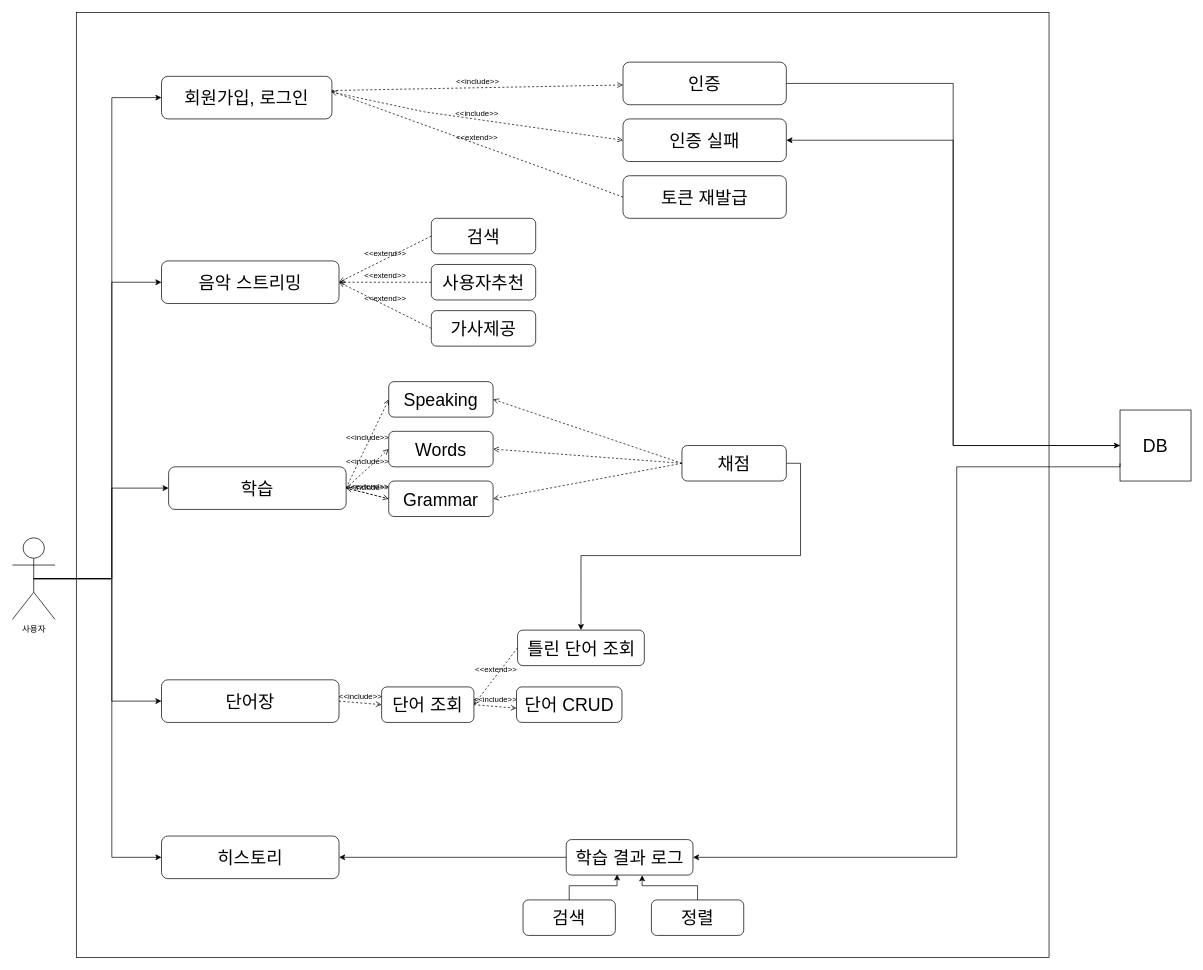
Before: docs/MelLearn UML.drawio in lushlife99/MelLearn, a draw.io diagram. Source tidied: cells renumbered, new cells numbered last; positions are measured from the earlier drawing's top-left corner, leaving out a move shared by most shapes. Both pictures are drawn from the tidied source at 71%, with x=0, y=0 at pixel (12, 12).
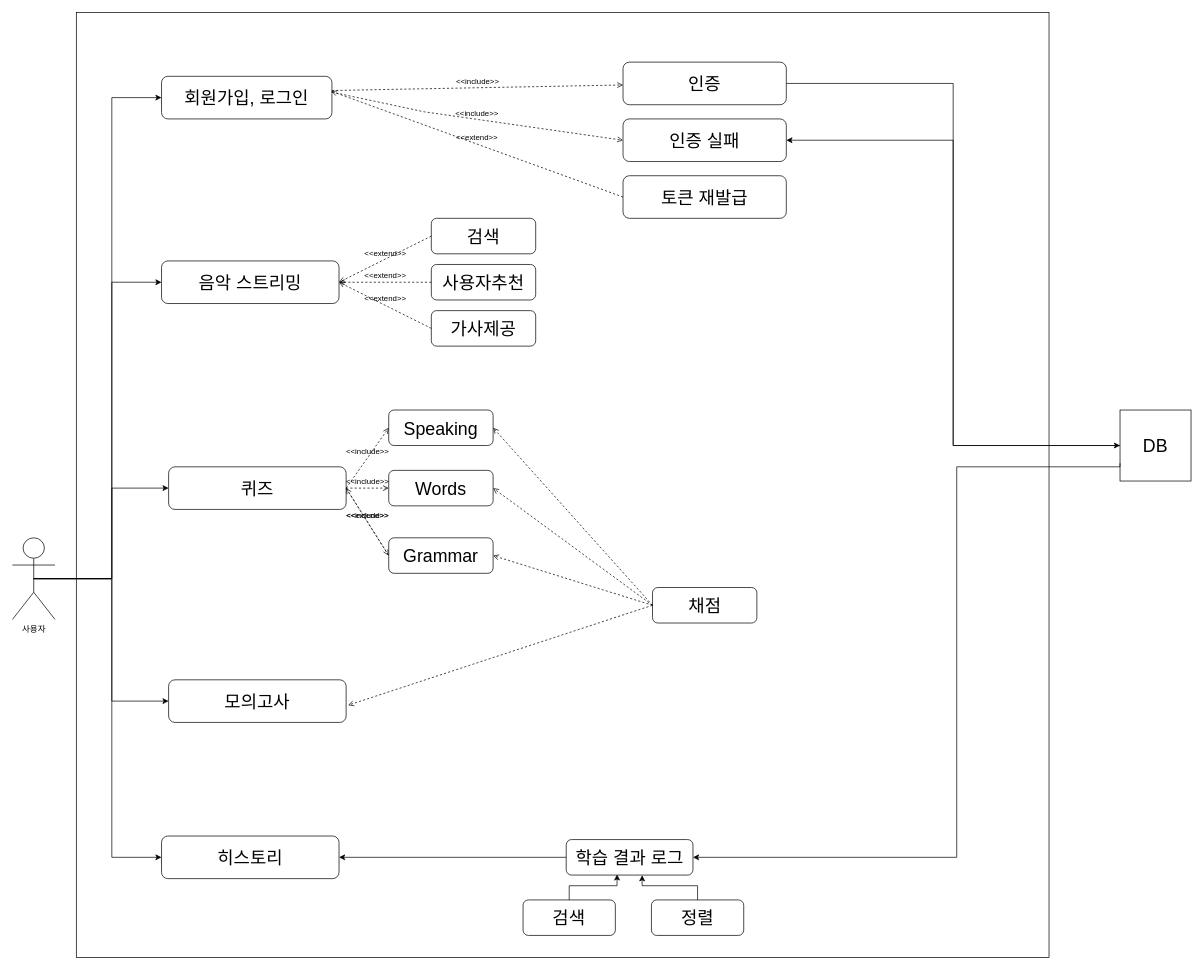
The same diagram, later.

Unchanged cells that the change refers to:
```xml
<mxCell id="7" value="사용자" style="shape=umlActor;verticalLabelPosition=bottom;verticalAlign=top;html=1;" parent="1" vertex="1">
  <mxGeometry y="740" width="60" height="115" as="geometry" />
</mxCell>
```

Diff of the diagram source:
```diff
@@
-    <mxCell id="4" style="edgeStyle=orthogonalEdgeStyle;rounded=0;jettySize=auto;html=1;exitX=0.5;exitY=0.5;exitDx=0;exitDy=0;exitPerimeter=0;entryX=0;entryY=0.5;entryDx=0;entryDy=0;" parent="1" edge="1" source="7" target="10">
+    <mxCell id="4" style="edgeStyle=orthogonalEdgeStyle;rounded=0;jettySize=auto;html=1;exitX=0.5;exitY=0.5;exitDx=0;exitDy=0;exitPerimeter=0;entryX=0;entryY=0.5;entryDx=0;entryDy=0;" parent="1" edge="1" source="7" target="54">
       <mxGeometry relative="1" as="geometry">
         <Array as="points">
           <mxPoint x="140" y="798" />
           <mxPoint x="140" y="970" />
         </Array>
       </mxGeometry>
     </mxCell>
@@
-    <mxCell id="10" value="&lt;font style=&quot;font-size: 25px;&quot;&gt;단어장&lt;/font&gt;" style="rounded=1;whiteSpace=wrap;html=1;" parent="1" vertex="1">
-      <mxGeometry x="210" y="940" width="250" height="60" as="geometry" />
-    </mxCell>
-    <mxCell id="11" value="&lt;span style=&quot;font-size: 25px;&quot;&gt;학습&lt;/span&gt;" style="rounded=1;whiteSpace=wrap;html=1;" parent="1" vertex="1">
+    <mxCell id="11" value="&lt;span style=&quot;font-size: 25px;&quot;&gt;퀴즈&lt;/span&gt;" style="rounded=1;whiteSpace=wrap;html=1;" parent="1" vertex="1">
       <mxGeometry x="220" y="640" width="250" height="60" as="geometry" />
     </mxCell>
@@
     <mxCell id="29" value="&lt;span style=&quot;font-size: 25px;&quot;&gt;Speaking&lt;/span&gt;" style="rounded=1;whiteSpace=wrap;html=1;" parent="1" vertex="1">
-      <mxGeometry x="530" y="520" width="147" height="50" as="geometry" />
+      <mxGeometry x="530" y="560" width="147" height="50" as="geometry" />
     </mxCell>
     <mxCell id="30" value="&lt;font style=&quot;font-size: 25px;&quot;&gt;Words&lt;/font&gt;" style="rounded=1;whiteSpace=wrap;html=1;" parent="1" vertex="1">
-      <mxGeometry x="530" y="590" width="147" height="50" as="geometry" />
+      <mxGeometry x="530" y="645" width="147" height="50" as="geometry" />
     </mxCell>
@@
-    <mxCell id="34" style="edgeStyle=orthogonalEdgeStyle;rounded=0;jettySize=auto;html=1;exitX=1;exitY=0.5;exitDx=0;exitDy=0;entryX=0.5;entryY=0;entryDx=0;entryDy=0;" parent="1" edge="1" source="35" target="38">
-      <mxGeometry relative="1" as="geometry" />
-    </mxCell>
     <mxCell id="35" value="&lt;span style=&quot;font-size: 25px;&quot;&gt;채점&lt;/span&gt;" style="rounded=1;whiteSpace=wrap;html=1;" parent="1" vertex="1">
-      <mxGeometry x="943" y="610" width="147" height="50" as="geometry" />
+      <mxGeometry x="901.5" y="810" width="147" height="50" as="geometry" />
     </mxCell>
@@
-    <mxCell id="37" value="&lt;span style=&quot;font-size: 25px;&quot;&gt;단어 조회&lt;/span&gt;" style="rounded=1;whiteSpace=wrap;html=1;" parent="1" vertex="1">
-      <mxGeometry x="520" y="950" width="130" height="50" as="geometry" />
-    </mxCell>
-    <mxCell id="38" value="&lt;span style=&quot;font-size: 25px;&quot;&gt;틀린 단어 조회&lt;/span&gt;" style="rounded=1;whiteSpace=wrap;html=1;" parent="1" vertex="1">
-      <mxGeometry x="711.5" y="870" width="178.5" height="50" as="geometry" />
-    </mxCell>
-    <mxCell id="39" value="&amp;lt;&amp;lt;include&amp;gt;&amp;gt;" style="html=1;verticalAlign=bottom;labelBackgroundColor=none;endArrow=open;endFill=0;dashed=1;rounded=0;exitX=1;exitY=0.5;exitDx=0;exitDy=0;entryX=0;entryY=0.5;entryDx=0;entryDy=0;" parent="1" edge="1" source="10" target="37">
-      <mxGeometry relative="1" as="geometry" />
-    </mxCell>
-    <mxCell id="40" value="&amp;lt;&amp;lt;include&amp;gt;&amp;gt;" style="html=1;verticalAlign=bottom;labelBackgroundColor=none;endArrow=open;endFill=0;dashed=1;rounded=0;exitX=1;exitY=0.5;exitDx=0;exitDy=0;" parent="1" edge="1" source="37">
-      <mxGeometry relative="1" as="geometry">
-        <mxPoint x="710" y="980" as="targetPoint" />
-      </mxGeometry>
-    </mxCell>
@@
     <mxCell id="42" value="&lt;span style=&quot;font-size: 25px;&quot;&gt;Grammar&lt;/span&gt;" style="rounded=1;whiteSpace=wrap;html=1;" parent="1" vertex="1">
-      <mxGeometry x="530" y="660" width="147" height="50" as="geometry" />
+      <mxGeometry x="530" y="740" width="147" height="50" as="geometry" />
     </mxCell>
@@
-    <mxCell id="45" value="&lt;span style=&quot;font-size: 25px;&quot;&gt;단어 CRUD&lt;/span&gt;" style="rounded=1;whiteSpace=wrap;html=1;" parent="1" vertex="1">
-      <mxGeometry x="710" y="950" width="148.5" height="50" as="geometry" />
-    </mxCell>
-    <mxCell id="46" value="&amp;lt;&amp;lt;extend&amp;gt;&amp;gt;" style="html=1;verticalAlign=bottom;labelBackgroundColor=none;endArrow=open;endFill=0;dashed=1;rounded=0;entryX=1;entryY=0.5;entryDx=0;entryDy=0;exitX=0;exitY=0.5;exitDx=0;exitDy=0;" parent="1" edge="1" source="38" target="37">
-      <mxGeometry relative="1" as="geometry" />
-    </mxCell>
@@
+    <mxCell id="54" value="&lt;span style=&quot;font-size: 25px;&quot;&gt;모의고사&lt;/span&gt;" style="rounded=1;whiteSpace=wrap;html=1;" parent="1" vertex="1">
+      <mxGeometry x="220" y="940" width="250" height="60" as="geometry" />
+    </mxCell>
+    <mxCell id="55" style="html=1;verticalAlign=bottom;labelBackgroundColor=none;endArrow=open;endFill=0;dashed=1;rounded=0;entryX=1.011;entryY=0.596;entryDx=0;entryDy=0;exitX=0;exitY=0.5;exitDx=0;exitDy=0;entryPerimeter=0;" parent="1" edge="1" source="35" target="54">
+      <mxGeometry relative="1" as="geometry" />
+    </mxCell>
```
